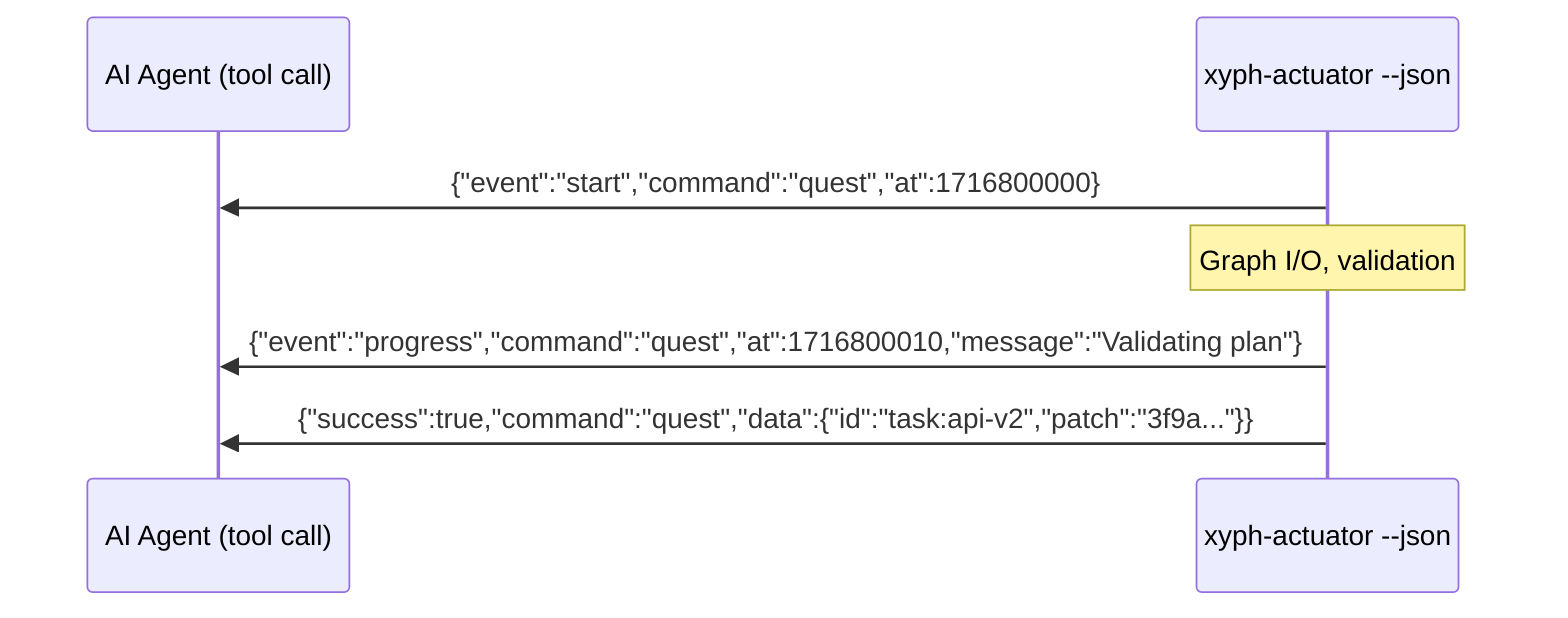
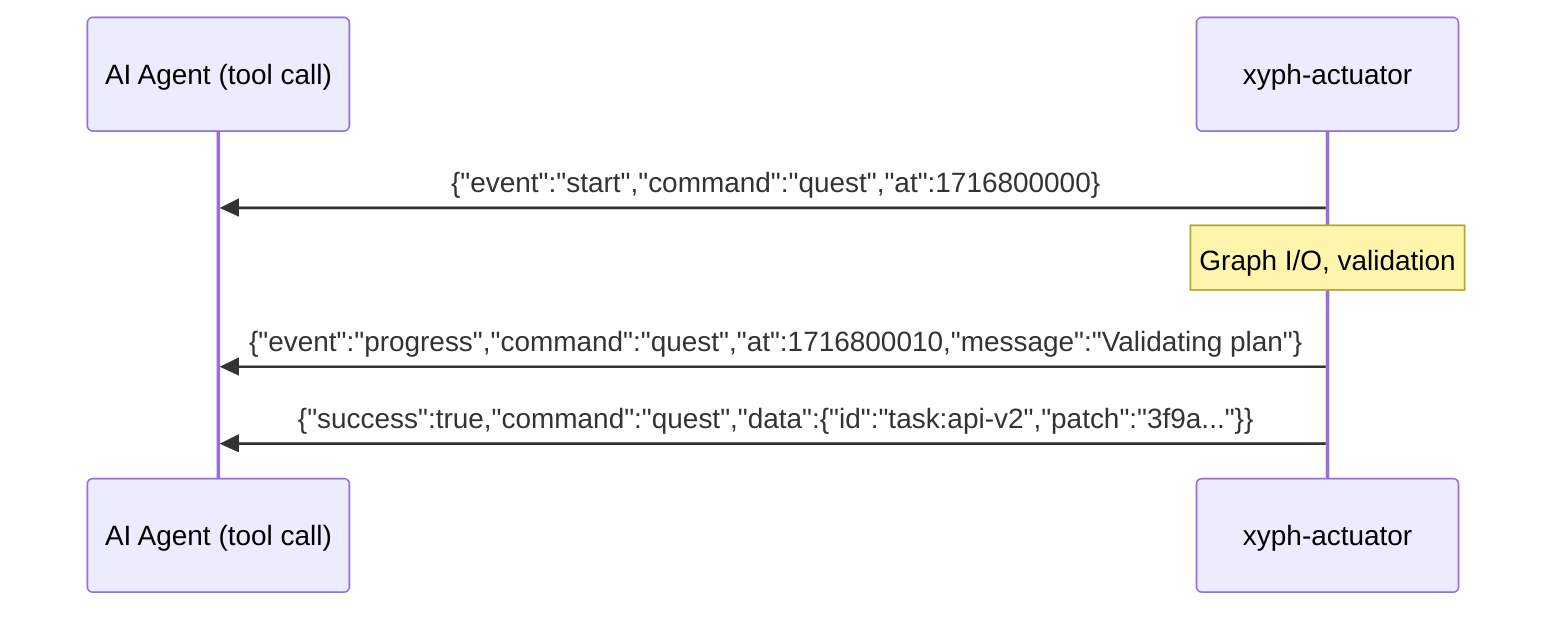
sequenceDiagram
    participant AGENT as AI Agent (tool call)
-     participant XYPH as xyph-actuator --json
+     participant XYPH as xyph-actuator

    XYPH->>AGENT: {"event":"start","command":"quest","at":1716800000}
    Note over XYPH: Graph I/O, validation
    XYPH->>AGENT: {"event":"progress","command":"quest","at":1716800010,"message":"Validating plan"}
    XYPH->>AGENT: {"success":true,"command":"quest","data":{"id":"task:api-v2","patch":"3f9a..."}}
